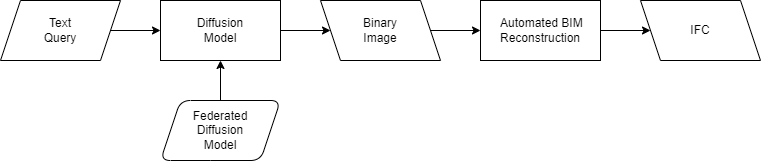
Earlier version of the draw.io export images/general_binary_model_gen.drawio.png (AI4SC/bim-diffusion-models). Source tidied: cells renumbered, new cells last; positions are measured from the earlier drawing's top-left corner, leaving out a move shared by most shapes. Its diagram source:
```xml
<mxGraphModel>
  <root>
    <mxCell id="0" />
    <mxCell id="1" parent="0" />
    <mxCell id="2" style="edgeStyle=none;html=1;exitX=1;exitY=0.5;exitDx=0;exitDy=0;entryX=0;entryY=0.5;entryDx=0;entryDy=0;" parent="1" edge="1" source="3" target="5">
      <mxGeometry relative="1" as="geometry" />
    </mxCell>
    <mxCell id="3" value="Text&lt;br&gt;Query" style="shape=parallelogram;perimeter=parallelogramPerimeter;whiteSpace=wrap;html=1;fixedSize=1;" parent="1" vertex="1">
      <mxGeometry width="120" height="60" as="geometry" />
    </mxCell>
    <mxCell id="4" value="Binary&lt;br&gt;Image" style="shape=parallelogram;perimeter=parallelogramPerimeter;whiteSpace=wrap;html=1;fixedSize=1;flipH=1;" parent="1" vertex="1">
      <mxGeometry x="320" width="120" height="60" as="geometry" />
    </mxCell>
    <mxCell id="5" value="Diffusion&lt;br&gt;Model" style="rounded=0;whiteSpace=wrap;html=1;" parent="1" vertex="1">
      <mxGeometry x="160" width="120" height="60" as="geometry" />
    </mxCell>
    <mxCell id="6" value="IFC" style="shape=parallelogram;perimeter=parallelogramPerimeter;whiteSpace=wrap;html=1;fixedSize=1;flipH=1;" parent="1" vertex="1">
      <mxGeometry x="640" width="120" height="60" as="geometry" />
    </mxCell>
    <mxCell id="7" value="&lt;span id=&quot;page307R_mcid0&quot; class=&quot;markedContent&quot;&gt;&lt;span dir=&quot;ltr&quot; role=&quot;presentation&quot; style=&quot;left: calc(var(--scale-factor)*93.98px); top: calc(var(--scale-factor)*114.40px); font-size: calc(var(--scale-factor)*18.00px); font-family: sans-serif; transform: scaleX(0.978809);&quot;&gt;&amp;nbsp;Automated BIM&lt;/span&gt;&lt;span dir=&quot;ltr&quot; role=&quot;presentation&quot; style=&quot;left: calc(var(--scale-factor)*405.35px); top: calc(var(--scale-factor)*114.40px); font-size: calc(var(--scale-factor)*18.00px); font-family: sans-serif;&quot;&gt; &lt;/span&gt;&lt;span dir=&quot;ltr&quot; role=&quot;presentation&quot; style=&quot;left: calc(var(--scale-factor)*410.14px); top: calc(var(--scale-factor)*114.40px); font-size: calc(var(--scale-factor)*18.00px); font-family: sans-serif; transform: scaleX(1.01232);&quot;&gt;Reconstruction&lt;/span&gt;&lt;/span&gt;" style="rounded=0;whiteSpace=wrap;html=1;" parent="1" vertex="1">
      <mxGeometry x="480" width="120" height="60" as="geometry" />
    </mxCell>
    <mxCell id="8" style="endArrow=classic;html=1;exitX=1;exitY=0.5;exitDx=0;exitDy=0;entryX=0;entryY=0.5;entryDx=0;entryDy=0;" parent="1" edge="1" source="4" target="7">
      <mxGeometry relative="1" as="geometry" />
    </mxCell>
    <mxCell id="9" style="endArrow=classic;html=1;exitX=1;exitY=0.5;exitDx=0;exitDy=0;entryX=0;entryY=0.5;entryDx=0;entryDy=0;" parent="1" edge="1" source="5" target="4">
      <mxGeometry relative="1" as="geometry" />
    </mxCell>
    <mxCell id="10" style="endArrow=classic;html=1;exitX=1;exitY=0.5;exitDx=0;exitDy=0;entryX=0;entryY=0.5;entryDx=0;entryDy=0;" parent="1" edge="1" source="7" target="6">
      <mxGeometry relative="1" as="geometry" />
    </mxCell>
    <mxCell id="11" value="Federated&lt;br&gt;Diffusion&lt;br style=&quot;border-color: var(--border-color);&quot;&gt;Model" style="shape=parallelogram;perimeter=parallelogramPerimeter;whiteSpace=wrap;html=1;fixedSize=1;flipH=0;rounded=1;" parent="1" vertex="1">
      <mxGeometry x="160" y="100" width="120" height="60" as="geometry" />
    </mxCell>
    <mxCell id="12" style="endArrow=classic;html=1;exitX=0.5;exitY=0;exitDx=0;exitDy=0;entryX=0.5;entryY=1;entryDx=0;entryDy=0;" parent="1" edge="1" source="11" target="5">
      <mxGeometry relative="1" as="geometry" />
    </mxCell>
  </root>
</mxGraphModel>
```
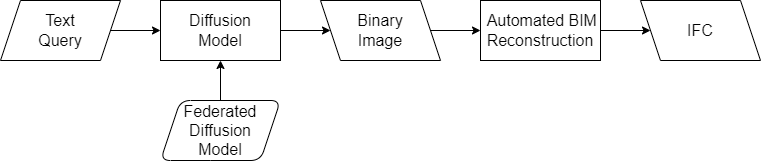
After the change.

Diff of the diagram source:
```diff
@@ -5,19 +5,19 @@
     <mxCell id="2" style="edgeStyle=none;html=1;exitX=1;exitY=0.5;exitDx=0;exitDy=0;entryX=0;entryY=0.5;entryDx=0;entryDy=0;" parent="1" edge="1" source="3" target="5">
       <mxGeometry relative="1" as="geometry" />
     </mxCell>
-    <mxCell id="3" value="Text&lt;br&gt;Query" style="shape=parallelogram;perimeter=parallelogramPerimeter;whiteSpace=wrap;html=1;fixedSize=1;" parent="1" vertex="1">
+    <mxCell id="3" value="Text&lt;br style=&quot;font-size: 16px;&quot;&gt;Query" style="shape=parallelogram;perimeter=parallelogramPerimeter;whiteSpace=wrap;html=1;fixedSize=1;fontSize=16;" parent="1" vertex="1">
       <mxGeometry width="120" height="60" as="geometry" />
     </mxCell>
-    <mxCell id="4" value="Binary&lt;br&gt;Image" style="shape=parallelogram;perimeter=parallelogramPerimeter;whiteSpace=wrap;html=1;fixedSize=1;flipH=1;" parent="1" vertex="1">
+    <mxCell id="4" value="Binary&lt;br style=&quot;font-size: 16px;&quot;&gt;Image" style="shape=parallelogram;perimeter=parallelogramPerimeter;whiteSpace=wrap;html=1;fixedSize=1;flipH=1;fontSize=16;" parent="1" vertex="1">
       <mxGeometry x="320" width="120" height="60" as="geometry" />
     </mxCell>
-    <mxCell id="5" value="Diffusion&lt;br&gt;Model" style="rounded=0;whiteSpace=wrap;html=1;" parent="1" vertex="1">
+    <mxCell id="5" value="Diffusion&lt;br style=&quot;font-size: 16px;&quot;&gt;Model" style="rounded=0;whiteSpace=wrap;html=1;fontSize=16;" parent="1" vertex="1">
       <mxGeometry x="160" width="120" height="60" as="geometry" />
     </mxCell>
-    <mxCell id="6" value="IFC" style="shape=parallelogram;perimeter=parallelogramPerimeter;whiteSpace=wrap;html=1;fixedSize=1;flipH=1;" parent="1" vertex="1">
+    <mxCell id="6" value="IFC" style="shape=parallelogram;perimeter=parallelogramPerimeter;whiteSpace=wrap;html=1;fixedSize=1;flipH=1;fontSize=16;" parent="1" vertex="1">
       <mxGeometry x="640" width="120" height="60" as="geometry" />
     </mxCell>
-    <mxCell id="7" value="&lt;span id=&quot;page307R_mcid0&quot; class=&quot;markedContent&quot;&gt;&lt;span dir=&quot;ltr&quot; role=&quot;presentation&quot; style=&quot;left: calc(var(--scale-factor)*93.98px); top: calc(var(--scale-factor)*114.40px); font-size: calc(var(--scale-factor)*18.00px); font-family: sans-serif; transform: scaleX(0.978809);&quot;&gt;&amp;nbsp;Automated BIM&lt;/span&gt;&lt;span dir=&quot;ltr&quot; role=&quot;presentation&quot; style=&quot;left: calc(var(--scale-factor)*405.35px); top: calc(var(--scale-factor)*114.40px); font-size: calc(var(--scale-factor)*18.00px); font-family: sans-serif;&quot;&gt; &lt;/span&gt;&lt;span dir=&quot;ltr&quot; role=&quot;presentation&quot; style=&quot;left: calc(var(--scale-factor)*410.14px); top: calc(var(--scale-factor)*114.40px); font-size: calc(var(--scale-factor)*18.00px); font-family: sans-serif; transform: scaleX(1.01232);&quot;&gt;Reconstruction&lt;/span&gt;&lt;/span&gt;" style="rounded=0;whiteSpace=wrap;html=1;" parent="1" vertex="1">
+    <mxCell id="7" value="&lt;span id=&quot;page307R_mcid0&quot; class=&quot;markedContent&quot; style=&quot;font-size: 16px;&quot;&gt;&lt;span dir=&quot;ltr&quot; role=&quot;presentation&quot; style=&quot;left: calc(var(--scale-factor)*93.98px); top: calc(var(--scale-factor)*114.4px); font-size: 16px; font-family: sans-serif; transform: scaleX(0.978809);&quot;&gt;&amp;nbsp;Automated BIM&lt;/span&gt;&lt;span dir=&quot;ltr&quot; role=&quot;presentation&quot; style=&quot;left: calc(var(--scale-factor)*405.35px); top: calc(var(--scale-factor)*114.4px); font-size: 16px; font-family: sans-serif;&quot;&gt; &lt;/span&gt;&lt;span dir=&quot;ltr&quot; role=&quot;presentation&quot; style=&quot;left: calc(var(--scale-factor)*410.14px); top: calc(var(--scale-factor)*114.4px); font-size: 16px; font-family: sans-serif; transform: scaleX(1.01232);&quot;&gt;Reconstruction&lt;/span&gt;&lt;/span&gt;" style="rounded=0;whiteSpace=wrap;html=1;fontSize=16;" parent="1" vertex="1">
       <mxGeometry x="480" width="120" height="60" as="geometry" />
     </mxCell>
     <mxCell id="8" style="endArrow=classic;html=1;exitX=1;exitY=0.5;exitDx=0;exitDy=0;entryX=0;entryY=0.5;entryDx=0;entryDy=0;" parent="1" edge="1" source="4" target="7">
@@ -29,7 +29,7 @@
     <mxCell id="10" style="endArrow=classic;html=1;exitX=1;exitY=0.5;exitDx=0;exitDy=0;entryX=0;entryY=0.5;entryDx=0;entryDy=0;" parent="1" edge="1" source="7" target="6">
       <mxGeometry relative="1" as="geometry" />
     </mxCell>
-    <mxCell id="11" value="Federated&lt;br&gt;Diffusion&lt;br style=&quot;border-color: var(--border-color);&quot;&gt;Model" style="shape=parallelogram;perimeter=parallelogramPerimeter;whiteSpace=wrap;html=1;fixedSize=1;flipH=0;rounded=1;" parent="1" vertex="1">
+    <mxCell id="11" value="Federated&lt;br style=&quot;font-size: 16px;&quot;&gt;Diffusion&lt;br style=&quot;border-color: var(--border-color); font-size: 16px;&quot;&gt;Model" style="shape=parallelogram;perimeter=parallelogramPerimeter;whiteSpace=wrap;html=1;fixedSize=1;flipH=0;rounded=1;fontSize=16;" parent="1" vertex="1">
       <mxGeometry x="160" y="100" width="120" height="60" as="geometry" />
     </mxCell>
     <mxCell id="12" style="endArrow=classic;html=1;exitX=0.5;exitY=0;exitDx=0;exitDy=0;entryX=0.5;entryY=1;entryDx=0;entryDy=0;" parent="1" edge="1" source="11" target="5">
```
